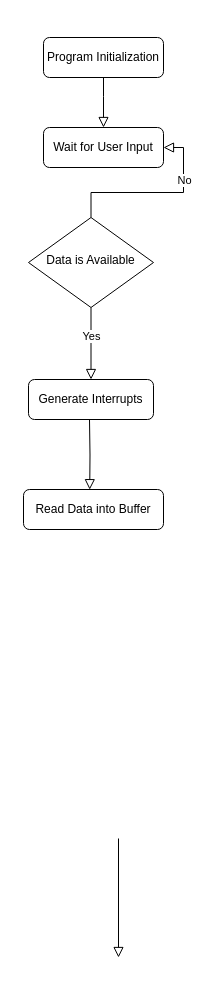
Earlier version of the draw.io diagram A07G_UART_Receive.drawio (ese5160/final-project-a07g-a14g-t18-dualcore). Source tidied: cells renumbered, new cells numbered last; positions are measured from the earlier drawing's top-left corner, leaving out a move shared by most shapes. Both pictures are drawn from the tidied source at 100%, with x=0, y=0 at pixel (23, 37).
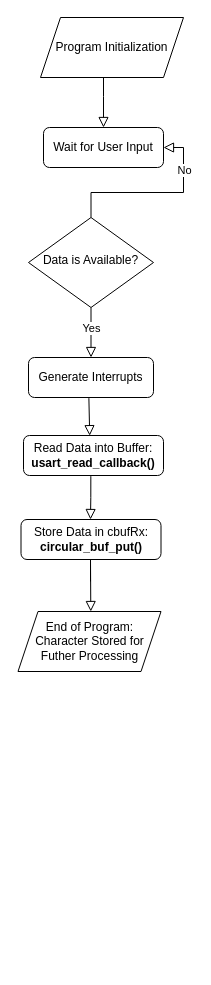
Above is the later version.

Unchanged cells that the change refers to:
```xml
<mxCell id="5" style="edgeStyle=orthogonalEdgeStyle;rounded=0;html=1;jettySize=auto;fontSize=11;endArrow=block;endFill=0;endSize=8;strokeWidth=1;shadow=0;labelBackgroundColor=none;entryX=1;entryY=0.5;entryDx=0;entryDy=0;" parent="1" edge="1" source="7" target="9">
  <mxGeometry y="10" relative="1" as="geometry" />
</mxCell>
```

Change to the diagram source:
```diff
@@
-    <mxCell id="2" value="Program Initialization" style="rounded=1;whiteSpace=wrap;html=1;fontSize=12;glass=0;strokeWidth=1;shadow=0;" parent="1" vertex="1">
-      <mxGeometry x="20" width="120" height="40" as="geometry" />
-    </mxCell>
@@
     <mxCell id="6" value="No" style="edgeLabel;html=1;align=center;verticalAlign=middle;" parent="5" vertex="1">
       <mxGeometry x="0.44" relative="1" as="geometry">
-        <mxPoint y="1" as="offset" />
+        <mxPoint y="-9" as="offset" />
       </mxGeometry>
     </mxCell>
-    <mxCell id="7" value="Data is Available" style="rhombus;whiteSpace=wrap;html=1;shadow=0;fontFamily=Helvetica;fontSize=12;align=center;strokeWidth=1;spacing=6;spacingTop=-4;" parent="1" vertex="1">
+    <mxCell id="7" value="Data is Available?" style="rhombus;whiteSpace=wrap;html=1;shadow=0;fontFamily=Helvetica;fontSize=12;align=center;strokeWidth=1;spacing=6;spacingTop=-4;" parent="1" vertex="1">
       <mxGeometry x="5" y="180" width="125" height="90" as="geometry" />
     </mxCell>
-    <mxCell id="8" style="rounded=0;html=1;jettySize=auto;orthogonalLoop=1;fontSize=11;endArrow=block;endFill=0;endSize=8;strokeWidth=1;shadow=0;labelBackgroundColor=none;edgeStyle=orthogonalEdgeStyle;" parent="1" edge="1">
-      <mxGeometry x="0.33" y="20" relative="1" as="geometry">
-        <mxPoint x="95" y="801" as="sourcePoint" />
-        <mxPoint x="95" y="920" as="targetPoint" />
-      </mxGeometry>
-    </mxCell>
@@
-    <mxCell id="10" value="Read Data into Buffer" style="rounded=1;whiteSpace=wrap;html=1;fontSize=12;glass=0;strokeWidth=1;shadow=0;" parent="1" vertex="1">
-      <mxGeometry y="452" width="140" height="40" as="geometry" />
+    <mxCell id="10" value="Read Data into Buffer:&lt;div&gt;&lt;b&gt;usart_read_callback()&lt;/b&gt;&lt;br&gt;&lt;/div&gt;" style="rounded=1;whiteSpace=wrap;html=1;fontSize=12;glass=0;strokeWidth=1;shadow=0;" parent="1" vertex="1">
+      <mxGeometry y="398" width="140" height="40" as="geometry" />
     </mxCell>
     <mxCell id="11" value="Generate Interrupts" style="rounded=1;whiteSpace=wrap;html=1;fontSize=12;glass=0;strokeWidth=1;shadow=0;" parent="1" vertex="1">
-      <mxGeometry x="5" y="342" width="125" height="40" as="geometry" />
+      <mxGeometry x="5" y="320" width="125" height="40" as="geometry" />
     </mxCell>
@@
-    <mxCell id="13" style="rounded=0;html=1;jettySize=auto;fontSize=11;endArrow=block;endFill=0;endSize=8;strokeWidth=1;shadow=0;labelBackgroundColor=none;edgeStyle=orthogonalEdgeStyle;entryX=0.473;entryY=0.004;entryDx=0;entryDy=0;entryPerimeter=0;" parent="1" edge="1" target="10">
-      <mxGeometry x="0.33" y="20" relative="1" as="geometry">
-        <mxPoint x="66" y="382" as="sourcePoint" />
-      </mxGeometry>
+    <mxCell id="13" style="rounded=0;html=1;jettySize=auto;fontSize=11;endArrow=block;endFill=0;endSize=8;strokeWidth=1;shadow=0;labelBackgroundColor=none;edgeStyle=orthogonalEdgeStyle;entryX=0.473;entryY=0.004;entryDx=0;entryDy=0;entryPerimeter=0;exitX=0.483;exitY=1.016;exitDx=0;exitDy=0;exitPerimeter=0;" parent="1" edge="1" source="11" target="10">
+      <mxGeometry x="0.33" y="20" relative="1" as="geometry" />
     </mxCell>
+    <mxCell id="14" value="Store Data in&amp;nbsp;cbufRx:&lt;div&gt;&lt;b&gt;circular_buf_put()&lt;/b&gt;&lt;br&gt;&lt;/div&gt;" style="rounded=1;whiteSpace=wrap;html=1;fontSize=12;glass=0;strokeWidth=1;shadow=0;" parent="1" vertex="1">
+      <mxGeometry x="-2.5" y="482" width="140" height="40" as="geometry" />
+    </mxCell>
+    <mxCell id="15" style="rounded=0;html=1;jettySize=auto;orthogonalLoop=1;fontSize=11;endArrow=block;endFill=0;endSize=8;strokeWidth=1;shadow=0;labelBackgroundColor=none;edgeStyle=orthogonalEdgeStyle;" parent="1" edge="1">
+      <mxGeometry x="0.33" y="20" relative="1" as="geometry">
+        <mxPoint x="67" y="544" as="sourcePoint" />
+        <mxPoint x="67.3" y="574" as="targetPoint" />
+        <Array as="points">
+          <mxPoint x="67.3" y="522" />
+          <mxPoint x="67.3" y="522" />
+        </Array>
+      </mxGeometry>
+    </mxCell>
+    <mxCell id="2" value="Program Initialization" style="shape=parallelogram;perimeter=parallelogramPerimeter;whiteSpace=wrap;html=1;fixedSize=1;" parent="1" vertex="1">
+      <mxGeometry x="17" y="-20" width="143" height="60" as="geometry" />
+    </mxCell>
+    <mxCell id="16" value="End of Program:&lt;div&gt;Character Stored for Futher Processing&lt;/div&gt;" style="shape=parallelogram;perimeter=parallelogramPerimeter;whiteSpace=wrap;html=1;fixedSize=1;" parent="1" vertex="1">
+      <mxGeometry x="-5.5" y="574" width="143" height="60" as="geometry" />
+    </mxCell>
+    <mxCell id="17" style="rounded=0;html=1;jettySize=auto;fontSize=11;endArrow=block;endFill=0;endSize=8;strokeWidth=1;shadow=0;labelBackgroundColor=none;edgeStyle=orthogonalEdgeStyle;exitX=0.481;exitY=1.016;exitDx=0;exitDy=0;exitPerimeter=0;" parent="1" edge="1" source="10">
+      <mxGeometry x="0.33" y="20" relative="1" as="geometry">
+        <mxPoint x="67" y="482" as="targetPoint" />
+      </mxGeometry>
+    </mxCell>
```
